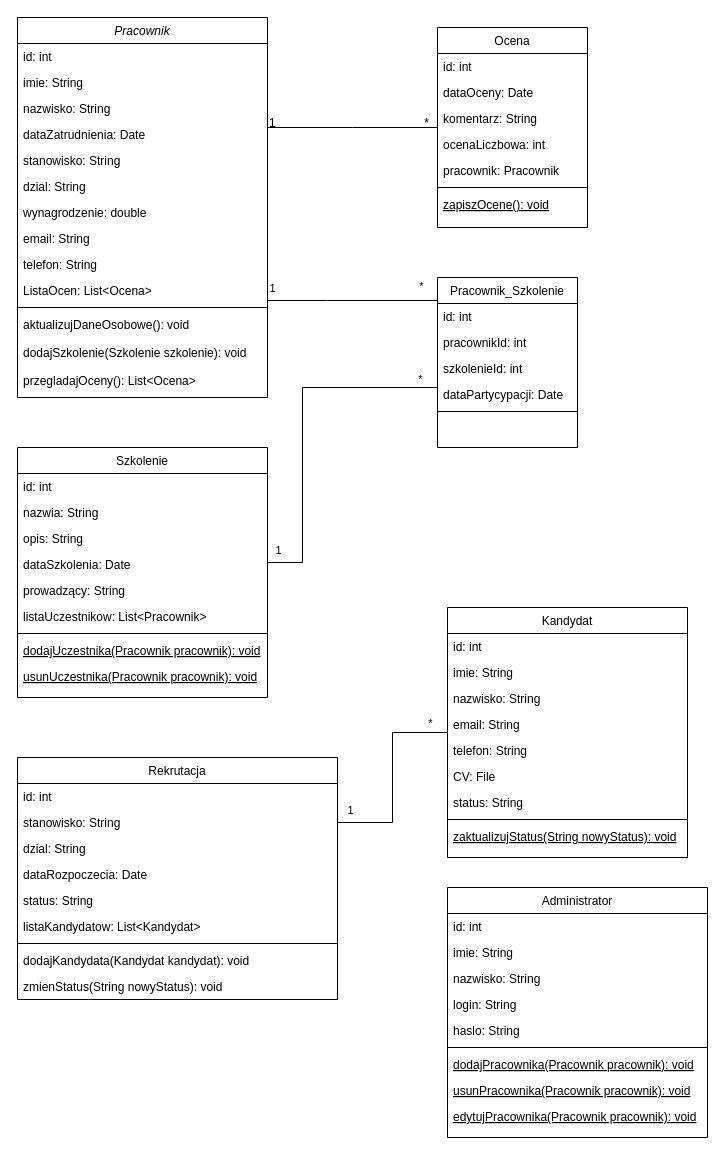
Before: diagramKlas.drawio in mamilcza/ISAS, a draw.io diagram. Source tidied: cells renumbered, new cells numbered last; positions are measured from the earlier drawing's top-left corner, leaving out a move shared by most shapes. Both pictures are drawn from the tidied source at 100%, with x=0, y=0 at pixel (17, 17).
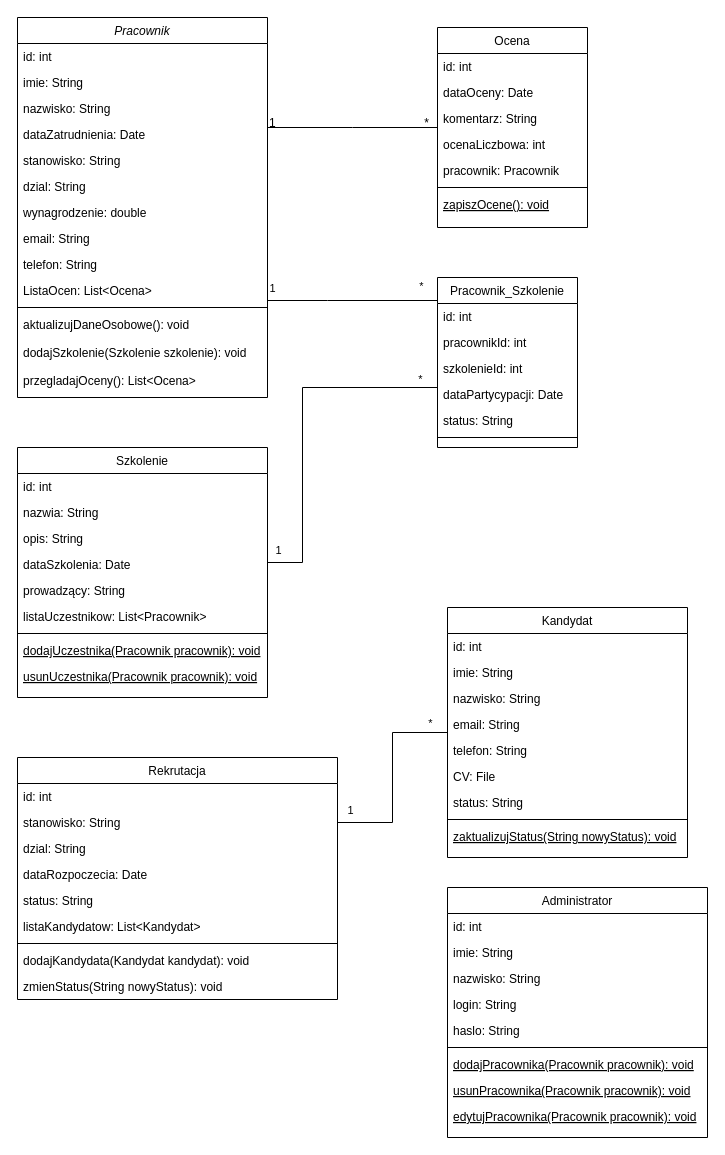
The same page after the edit.

Commit message (it also covers changes not shown here):
status szkolenia

Unchanged cells that the change refers to:
```xml
<mxCell id="68" value="Pracownik_Szkolenie" style="swimlane;fontStyle=0;align=center;verticalAlign=top;horizontal=1;startSize=26;rounded=0;shadow=0;strokeWidth=1;" parent="1" vertex="1">
  <mxGeometry x="420" y="260" width="140" height="170" as="geometry" />
</mxCell>
```

Change to the diagram source:
```diff
@@
+    <mxCell id="83" value="status: String" style="text;align=left;verticalAlign=top;spacingLeft=4;spacingRight=4;overflow=hidden;" parent="68" vertex="1">
+      <mxGeometry y="130" width="140" height="26" as="geometry" />
+    </mxCell>
     <mxCell id="73" style="line;html=1;strokeWidth=1;align=left;verticalAlign=middle;spacingTop=-1;spacingLeft=3;spacingRight=3;labelPosition=right;" parent="68" vertex="1">
-      <mxGeometry y="130" width="140" height="8" as="geometry" />
+      <mxGeometry y="156" width="140" height="8" as="geometry" />
     </mxCell>
```
